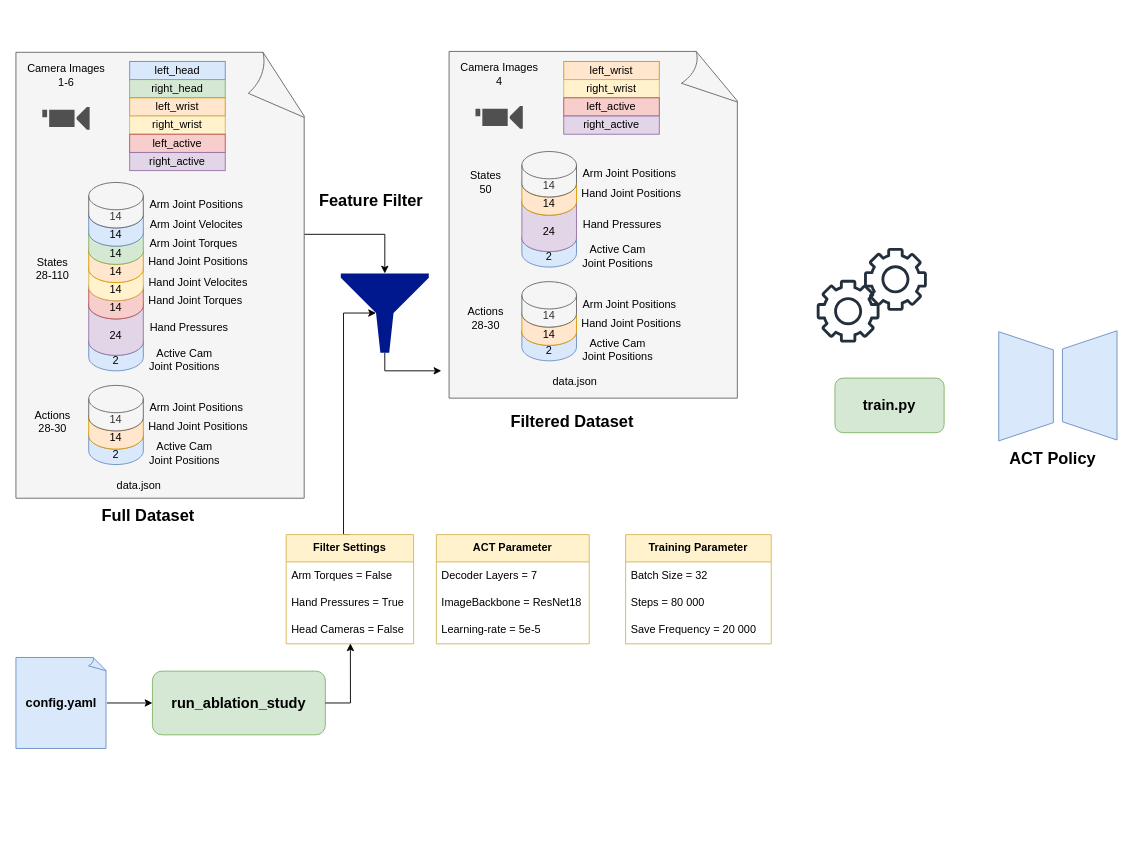
Earlier version of the draw.io diagram policy_ablation_pipeline.drawio (kuehnrobin/masterarbeit_latex). Source tidied: cells renumbered, new cells numbered last; positions are measured from the earlier drawing's top-left corner, leaving out a move shared by most shapes. Both pictures are drawn from the tidied source at 91%, with x=0, y=0 at pixel (15, 51).
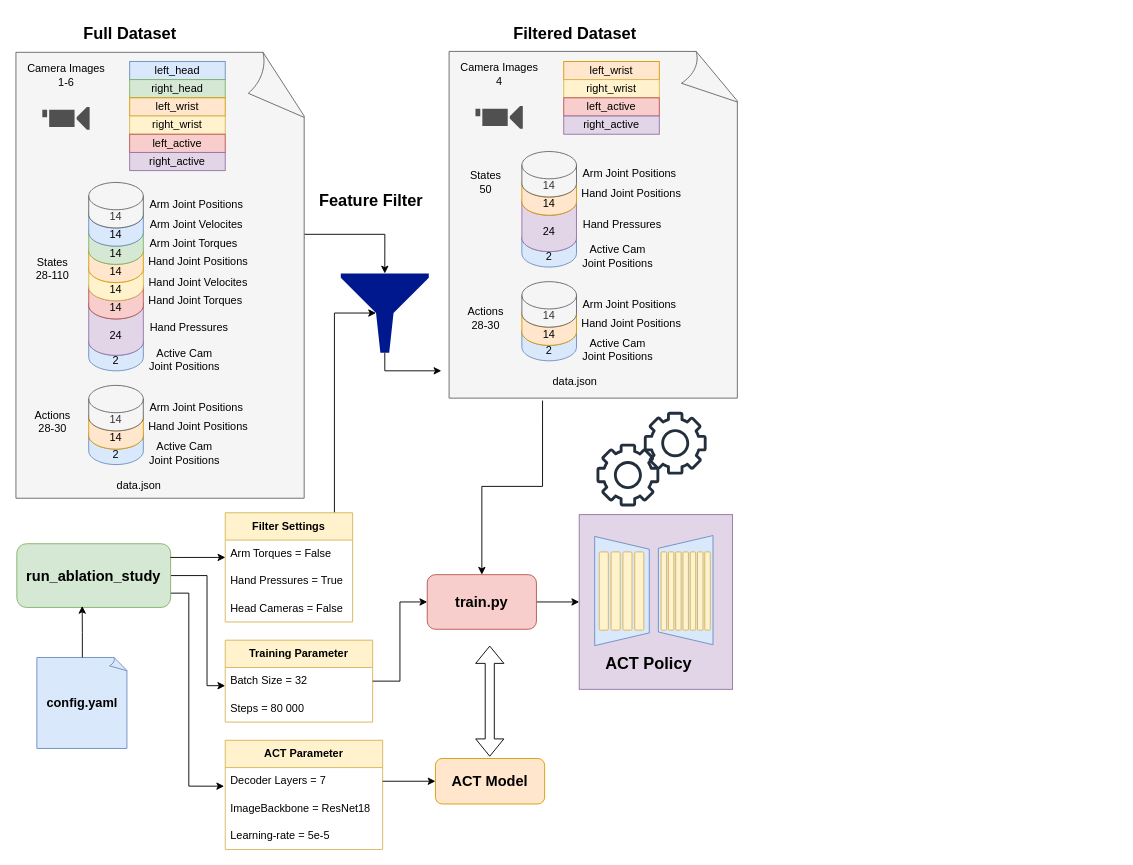
The same diagram, later.

The change refers to these unchanged cells:
```xml
<mxCell id="6" style="sketch=0;shadow=0;dashed=0;html=1;strokeColor=none;labelPosition=center;verticalLabelPosition=bottom;verticalAlign=top;align=center;fillColor=#00188D;shape=mxgraph.mscae.enterprise.filter;" parent="1" vertex="1">
  <mxGeometry x="357" y="244" width="96.7" height="87" as="geometry" />
</mxCell>
<mxCell id="47" value="Arm Torques = False" style="text;strokeColor=none;fillColor=none;align=left;verticalAlign=middle;spacingLeft=4;spacingRight=4;overflow=hidden;points=[[0,0.5],[1,0.5]];portConstraint=eastwest;whiteSpace=wrap;html=1;" parent="46" vertex="1">
  <mxGeometry y="30" width="140" height="30" as="geometry" />
</mxCell>
<mxCell id="49" value="Head Cameras = False" style="text;strokeColor=none;fillColor=none;align=left;verticalAlign=middle;spacingLeft=4;spacingRight=4;overflow=hidden;points=[[0,0.5],[1,0.5]];portConstraint=eastwest;whiteSpace=wrap;html=1;" parent="46" vertex="1">
  <mxGeometry y="90" width="140" height="30" as="geometry" />
</mxCell>
<mxCell id="59" style="whiteSpace=wrap;html=1;shape=mxgraph.basic.document;fillColor=#f5f5f5;fontColor=#333333;strokeColor=#666666;" parent="1" vertex="1">
  <mxGeometry x="476" width="320" height="381" as="geometry" />
</mxCell>
```

The edit, as a diff of the source:
```diff
@@
+    <mxCell id="89" style="rounded=0;whiteSpace=wrap;html=1;fillColor=#e1d5e7;strokeColor=#9673a6;" parent="1" vertex="1">
+      <mxGeometry x="619" y="509" width="168.5" height="192" as="geometry" />
+    </mxCell>
@@
-    <mxCell id="8" style="edgeStyle=orthogonalEdgeStyle;rounded=0;jettySize=auto;html=1;entryX=0;entryY=0.5;entryDx=0;entryDy=0;" parent="1" edge="1" source="9" target="44">
-      <mxGeometry relative="1" as="geometry" />
-    </mxCell>
     <mxCell id="9" value="&lt;b&gt;&lt;font style=&quot;font-size: 14px;&quot;&gt;config.yaml&lt;/font&gt;&lt;/b&gt;" style="whiteSpace=wrap;html=1;shape=mxgraph.basic.document;fillColor=#dae8fc;strokeColor=#6c8ebf;" parent="1" vertex="1">
-      <mxGeometry y="666" width="100" height="100" as="geometry" />
+      <mxGeometry x="23" y="666" width="100" height="100" as="geometry" />
     </mxCell>
+    <mxCell id="90" style="edgeStyle=orthogonalEdgeStyle;rounded=0;jettySize=auto;html=1;exitX=1;exitY=0.5;exitDx=0;exitDy=0;entryX=0;entryY=0.5;entryDx=0;entryDy=0;" parent="1" edge="1" source="10" target="89">
+      <mxGeometry relative="1" as="geometry" />
+    </mxCell>
-    <mxCell id="10" value="&lt;b&gt;&lt;font style=&quot;font-size: 16px;&quot;&gt;train.py&lt;/font&gt;&lt;/b&gt;" style="rounded=1;whiteSpace=wrap;html=1;fillColor=#d5e8d4;strokeColor=#82b366;" parent="1" vertex="1">
-      <mxGeometry x="900" y="359" width="120" height="60" as="geometry" />
+    <mxCell id="10" value="&lt;b&gt;&lt;font style=&quot;font-size: 16px;&quot;&gt;train.py&lt;/font&gt;&lt;/b&gt;" style="rounded=1;whiteSpace=wrap;html=1;fillColor=#f8cecc;strokeColor=#b85450;" parent="1" vertex="1">
+      <mxGeometry x="452" y="575" width="120" height="60" as="geometry" />
     </mxCell>
     <mxCell id="11" value="&lt;b&gt;&lt;font style=&quot;font-size: 18px;&quot;&gt;Full Dataset&lt;/font&gt;&lt;/b&gt;" style="text;html=1;align=center;verticalAlign=middle;strokeColor=none;fillColor=none;" parent="1" vertex="1">
-      <mxGeometry x="80" y="491" width="130" height="40" as="geometry" />
+      <mxGeometry x="60" y="-39" width="130" height="40" as="geometry" />
     </mxCell>
@@
+    <mxCell id="91" style="edgeStyle=orthogonalEdgeStyle;rounded=0;jettySize=auto;html=1;exitX=0.996;exitY=0.776;exitDx=0;exitDy=0;entryX=-0.007;entryY=0.681;entryDx=0;entryDy=0;entryPerimeter=0;exitPerimeter=0;" parent="1" edge="1" source="44" target="52">
+      <mxGeometry relative="1" as="geometry">
+        <Array as="points">
+          <mxPoint x="190" y="595" />
+          <mxPoint x="190" y="807" />
+        </Array>
+      </mxGeometry>
+    </mxCell>
+    <mxCell id="92" style="edgeStyle=orthogonalEdgeStyle;rounded=0;jettySize=auto;html=1;exitX=1;exitY=0.5;exitDx=0;exitDy=0;entryX=0;entryY=0.667;entryDx=0;entryDy=0;entryPerimeter=0;" parent="1" edge="1" source="44" target="56">
+      <mxGeometry relative="1" as="geometry">
+        <Array as="points">
+          <mxPoint x="210" y="576" />
+          <mxPoint x="210" y="697" />
+        </Array>
+      </mxGeometry>
+    </mxCell>
     <mxCell id="44" value="&lt;font style=&quot;font-size: 16px;&quot;&gt;&lt;b&gt;run_ablation_study&lt;/b&gt;&lt;/font&gt;" style="rounded=1;whiteSpace=wrap;html=1;fillColor=#d5e8d4;strokeColor=#82b366;" parent="1" vertex="1">
-      <mxGeometry x="150" y="681" width="190" height="70" as="geometry" />
+      <mxGeometry x="1" y="541" width="169" height="70" as="geometry" />
     </mxCell>
-    <mxCell id="45" style="edgeStyle=orthogonalEdgeStyle;rounded=0;jettySize=auto;html=1;exitX=0.5;exitY=0;exitDx=0;exitDy=0;entryX=0.4;entryY=0.5;entryDx=0;entryDy=0;entryPerimeter=0;" parent="1" edge="1" source="46" target="6">
+    <mxCell id="45" style="edgeStyle=orthogonalEdgeStyle;rounded=0;jettySize=auto;html=1;exitX=0.857;exitY=0;exitDx=0;exitDy=0;entryX=0.4;entryY=0.5;entryDx=0;entryDy=0;entryPerimeter=0;exitPerimeter=0;" parent="1" edge="1" source="46" target="6">
       <mxGeometry relative="1" as="geometry">
         <Array as="points">
-          <mxPoint x="360" y="531" />
-          <mxPoint x="360" y="288" />
+          <mxPoint x="350" y="288" />
         </Array>
       </mxGeometry>
     </mxCell>
     <mxCell id="46" value="&lt;b&gt;Filter Settings&lt;/b&gt;" style="swimlane;fontStyle=0;horizontal=1;startSize=30;whiteSpace=wrap;html=1;fillColor=#fff2cc;strokeColor=#d6b656;" parent="1" vertex="1">
-      <mxGeometry x="297" y="531" width="140" height="120" as="geometry" />
+      <mxGeometry x="230" y="507" width="140" height="120" as="geometry" />
     </mxCell>
@@
-    <mxCell id="50" style="edgeStyle=orthogonalEdgeStyle;rounded=0;jettySize=auto;html=1;exitX=1;exitY=0.5;exitDx=0;exitDy=0;entryX=0.504;entryY=0.985;entryDx=0;entryDy=0;entryPerimeter=0;" parent="1" edge="1" source="44" target="49">
-      <mxGeometry relative="1" as="geometry" />
+    <mxCell id="50" style="edgeStyle=orthogonalEdgeStyle;rounded=0;jettySize=auto;html=1;exitX=0.999;exitY=0.22;exitDx=0;exitDy=0;entryX=0.001;entryY=0.635;entryDx=0;entryDy=0;entryPerimeter=0;exitPerimeter=0;" parent="1" edge="1" source="44" target="47">
+      <mxGeometry relative="1" as="geometry">
+        <Array as="points">
+          <mxPoint x="230" y="556" />
+        </Array>
+      </mxGeometry>
     </mxCell>
     <mxCell id="51" value="&lt;b&gt;ACT Parameter&lt;/b&gt;" style="swimlane;fontStyle=0;horizontal=1;startSize=30;whiteSpace=wrap;html=1;fillColor=#fff2cc;strokeColor=#d6b656;" parent="1" vertex="1">
-      <mxGeometry x="462" y="531" width="168" height="120" as="geometry" />
+      <mxGeometry x="230" y="757" width="173" height="120" as="geometry" />
     </mxCell>
     <mxCell id="52" value="&lt;span style=&quot;background-color: transparent; color: light-dark(rgb(0, 0, 0), rgb(255, 255, 255));&quot;&gt;Decoder Layers = 7&lt;/span&gt;" style="text;strokeColor=none;fillColor=none;align=left;verticalAlign=middle;spacingLeft=4;spacingRight=4;overflow=hidden;points=[[0,0.5],[1,0.5]];portConstraint=eastwest;whiteSpace=wrap;html=1;" parent="51" vertex="1">
-      <mxGeometry y="30" width="168" height="30" as="geometry" />
+      <mxGeometry y="30" width="173" height="30" as="geometry" />
     </mxCell>
     <mxCell id="53" value="ImageBackbone = ResNet18" style="text;strokeColor=none;fillColor=none;align=left;verticalAlign=middle;spacingLeft=4;spacingRight=4;overflow=hidden;whiteSpace=wrap;html=1;" parent="51" vertex="1">
-      <mxGeometry y="60" width="168" height="30" as="geometry" />
+      <mxGeometry y="60" width="173" height="30" as="geometry" />
     </mxCell>
     <mxCell id="54" value="Learning-rate = 5e-5" style="text;strokeColor=none;fillColor=none;align=left;verticalAlign=middle;spacingLeft=4;spacingRight=4;overflow=hidden;whiteSpace=wrap;html=1;" parent="51" vertex="1">
-      <mxGeometry y="90" width="168" height="30" as="geometry" />
+      <mxGeometry y="90" width="173" height="30" as="geometry" />
     </mxCell>
     <mxCell id="55" value="&lt;b&gt;Training Parameter&lt;/b&gt;" style="swimlane;fontStyle=0;horizontal=1;startSize=30;whiteSpace=wrap;html=1;fillColor=#fff2cc;strokeColor=#d6b656;" parent="1" vertex="1">
-      <mxGeometry x="670" y="531" width="160" height="120" as="geometry" />
+      <mxGeometry x="230" y="647" width="162" height="90" as="geometry" />
     </mxCell>
     <mxCell id="56" value="Batch Size = 32&amp;nbsp;" style="text;strokeColor=none;fillColor=none;align=left;verticalAlign=middle;spacingLeft=4;spacingRight=4;overflow=hidden;points=[[0,0.5],[1,0.5]];portConstraint=eastwest;whiteSpace=wrap;html=1;" parent="55" vertex="1">
-      <mxGeometry y="30" width="160" height="30" as="geometry" />
+      <mxGeometry y="30" width="162" height="30" as="geometry" />
     </mxCell>
     <mxCell id="57" value="Steps = 80 000" style="text;strokeColor=none;fillColor=none;align=left;verticalAlign=middle;spacingLeft=4;spacingRight=4;overflow=hidden;whiteSpace=wrap;html=1;" parent="55" vertex="1">
-      <mxGeometry y="60" width="160" height="30" as="geometry" />
+      <mxGeometry y="60" width="162" height="30" as="geometry" />
     </mxCell>
-    <mxCell id="58" value="Save Frequency = 20 000" style="text;strokeColor=none;fillColor=none;align=left;verticalAlign=middle;spacingLeft=4;spacingRight=4;overflow=hidden;whiteSpace=wrap;html=1;" parent="55" vertex="1">
-      <mxGeometry y="90" width="160" height="30" as="geometry" />
-    </mxCell>
@@
+    <mxCell id="93" style="edgeStyle=orthogonalEdgeStyle;rounded=0;jettySize=auto;html=1;exitX=0.321;exitY=1.007;exitDx=0;exitDy=0;exitPerimeter=0;" parent="1" edge="1" source="59" target="10">
+      <mxGeometry relative="1" as="geometry" />
+    </mxCell>
@@
     <mxCell id="83" value="&lt;b&gt;&lt;font style=&quot;font-size: 18px;&quot;&gt;Filtered Dataset&lt;/font&gt;&lt;/b&gt;" style="text;html=1;align=center;verticalAlign=middle;strokeColor=none;fillColor=none;" parent="1" vertex="1">
-      <mxGeometry x="531" y="387" width="160" height="40" as="geometry" />
+      <mxGeometry x="534" y="-39" width="160" height="40" as="geometry" />
     </mxCell>
     <mxCell id="84" value="&lt;font style=&quot;font-size: 18px;&quot;&gt;&lt;b&gt;ACT Policy&lt;/b&gt;&lt;/font&gt;" style="text;html=1;align=center;verticalAlign=middle;strokeColor=none;fillColor=none;" parent="1" vertex="1">
-      <mxGeometry x="1079" y="428" width="120" height="40" as="geometry" />
+      <mxGeometry x="635" y="653" width="120" height="40" as="geometry" />
     </mxCell>
-    <mxCell id="85" style="shape=trapezoid;perimeter=trapezoidPerimeter;whiteSpace=wrap;html=1;fixedSize=1;rotation=90;fillColor=#dae8fc;strokeColor=#6c8ebf;" parent="1" vertex="1">
-      <mxGeometry x="1050" y="338" width="120" height="60" as="geometry" />
+    <mxCell id="85" style="shape=trapezoid;perimeter=trapezoidPerimeter;whiteSpace=wrap;html=1;fixedSize=1;rotation=90;fillColor=#dae8fc;strokeColor=#6c8ebf;size=14.000000000000114;" parent="1" vertex="1">
+      <mxGeometry x="606" y="563" width="120" height="60" as="geometry" />
     </mxCell>
-    <mxCell id="86" style="shape=trapezoid;perimeter=trapezoidPerimeter;whiteSpace=wrap;html=1;fixedSize=1;rotation=-90;fillColor=#dae8fc;strokeColor=#6c8ebf;" parent="1" vertex="1">
-      <mxGeometry x="1120" y="337" width="120" height="60" as="geometry" />
+    <mxCell id="86" style="shape=trapezoid;perimeter=trapezoidPerimeter;whiteSpace=wrap;html=1;fixedSize=1;rotation=-90;fillColor=#dae8fc;strokeColor=#6c8ebf;size=14;" parent="1" vertex="1">
+      <mxGeometry x="676" y="562" width="120" height="60" as="geometry" />
     </mxCell>
     <mxCell id="87" style="sketch=0;fontColor=#232F3E;gradientColor=none;fillColor=#232F3D;strokeColor=none;dashed=0;verticalLabelPosition=bottom;verticalAlign=top;align=center;html=1;fontSize=12;fontStyle=0;shape=mxgraph.aws4.gear;" parent="1" vertex="1">
-      <mxGeometry x="880" y="251" width="69" height="69" as="geometry" />
+      <mxGeometry x="638" y="431" width="69" height="69" as="geometry" />
     </mxCell>
     <mxCell id="88" style="sketch=0;fontColor=#232F3E;gradientColor=none;fillColor=#232F3D;strokeColor=none;dashed=0;verticalLabelPosition=bottom;verticalAlign=top;align=center;html=1;fontSize=12;fontStyle=0;shape=mxgraph.aws4.gear;" parent="1" vertex="1">
-      <mxGeometry x="932" y="216" width="69" height="69" as="geometry" />
+      <mxGeometry x="690" y="396" width="69" height="69" as="geometry" />
     </mxCell>
+    <mxCell id="94" value="&lt;font style=&quot;font-size: 16px;&quot;&gt;&lt;b&gt;ACT Model&lt;/b&gt;&lt;/font&gt;" style="rounded=1;whiteSpace=wrap;html=1;fillColor=#ffe6cc;strokeColor=#d79b00;" parent="1" vertex="1">
+      <mxGeometry x="461" y="777" width="120" height="50" as="geometry" />
+    </mxCell>
+    <mxCell id="95" style="shape=flexArrow;endArrow=classic;startArrow=classic;html=1;rounded=0;" parent="1" edge="1">
+      <mxGeometry relative="1" as="geometry">
+        <mxPoint x="520.7" y="775" as="sourcePoint" />
+        <mxPoint x="520.7" y="653" as="targetPoint" />
+      </mxGeometry>
+    </mxCell>
+    <mxCell id="8" style="edgeStyle=orthogonalEdgeStyle;rounded=0;jettySize=auto;html=1;exitX=0.5;exitY=0;exitDx=0;exitDy=0;exitPerimeter=0;entryX=0.425;entryY=0.977;entryDx=0;entryDy=0;entryPerimeter=0;" parent="1" edge="1" source="9" target="44">
+      <mxGeometry relative="1" as="geometry" />
+    </mxCell>
+    <mxCell id="96" style="edgeStyle=orthogonalEdgeStyle;rounded=0;jettySize=auto;html=1;exitX=1;exitY=0.5;exitDx=0;exitDy=0;entryX=0;entryY=0.5;entryDx=0;entryDy=0;" parent="1" edge="1" source="56" target="10">
+      <mxGeometry relative="1" as="geometry" />
+    </mxCell>
+    <mxCell id="97" style="edgeStyle=orthogonalEdgeStyle;rounded=0;jettySize=auto;html=1;exitX=1;exitY=0.5;exitDx=0;exitDy=0;entryX=0;entryY=0.5;entryDx=0;entryDy=0;" parent="1" edge="1" source="52" target="94">
+      <mxGeometry relative="1" as="geometry" />
+    </mxCell>
+    <mxCell id="98" style="rounded=1;whiteSpace=wrap;html=1;fillColor=#fff2cc;strokeColor=#d6b656;" parent="1" vertex="1">
+      <mxGeometry x="641" y="550" width="10" height="86" as="geometry" />
+    </mxCell>
+    <mxCell id="99" style="rounded=1;whiteSpace=wrap;html=1;fillColor=#fff2cc;strokeColor=#d6b656;" parent="1" vertex="1">
+      <mxGeometry x="654" y="550" width="10" height="86" as="geometry" />
+    </mxCell>
+    <mxCell id="100" style="rounded=1;whiteSpace=wrap;html=1;fillColor=#fff2cc;strokeColor=#d6b656;" parent="1" vertex="1">
+      <mxGeometry x="667" y="550" width="10" height="86" as="geometry" />
+    </mxCell>
+    <mxCell id="101" style="rounded=1;whiteSpace=wrap;html=1;fillColor=#fff2cc;strokeColor=#d6b656;" parent="1" vertex="1">
+      <mxGeometry x="680" y="550" width="10" height="86" as="geometry" />
+    </mxCell>
+    <mxCell id="102" style="rounded=1;whiteSpace=wrap;html=1;fillColor=#fff2cc;strokeColor=#d6b656;" parent="1" vertex="1">
+      <mxGeometry x="725" y="550" width="6" height="86" as="geometry" />
+    </mxCell>
+    <mxCell id="103" style="rounded=1;whiteSpace=wrap;html=1;fillColor=#fff2cc;strokeColor=#d6b656;" parent="1" vertex="1">
+      <mxGeometry x="717" y="550" width="6" height="86" as="geometry" />
+    </mxCell>
+    <mxCell id="104" style="rounded=1;whiteSpace=wrap;html=1;fillColor=#fff2cc;strokeColor=#d6b656;" parent="1" vertex="1">
+      <mxGeometry x="709" y="550" width="6" height="86" as="geometry" />
+    </mxCell>
+    <mxCell id="105" style="rounded=1;whiteSpace=wrap;html=1;fillColor=#fff2cc;strokeColor=#d6b656;" parent="1" vertex="1">
+      <mxGeometry x="733" y="550" width="6" height="86" as="geometry" />
+    </mxCell>
+    <mxCell id="106" style="rounded=1;whiteSpace=wrap;html=1;fillColor=#fff2cc;strokeColor=#d6b656;arcSize=18;" parent="1" vertex="1">
+      <mxGeometry x="741" y="550" width="6" height="86" as="geometry" />
+    </mxCell>
+    <mxCell id="107" style="rounded=1;whiteSpace=wrap;html=1;fillColor=#fff2cc;strokeColor=#d6b656;" parent="1" vertex="1">
+      <mxGeometry x="757" y="550" width="6" height="86" as="geometry" />
+    </mxCell>
+    <mxCell id="108" style="rounded=1;whiteSpace=wrap;html=1;fillColor=#fff2cc;strokeColor=#d6b656;" parent="1" vertex="1">
+      <mxGeometry x="749" y="550" width="6" height="86" as="geometry" />
+    </mxCell>
```
